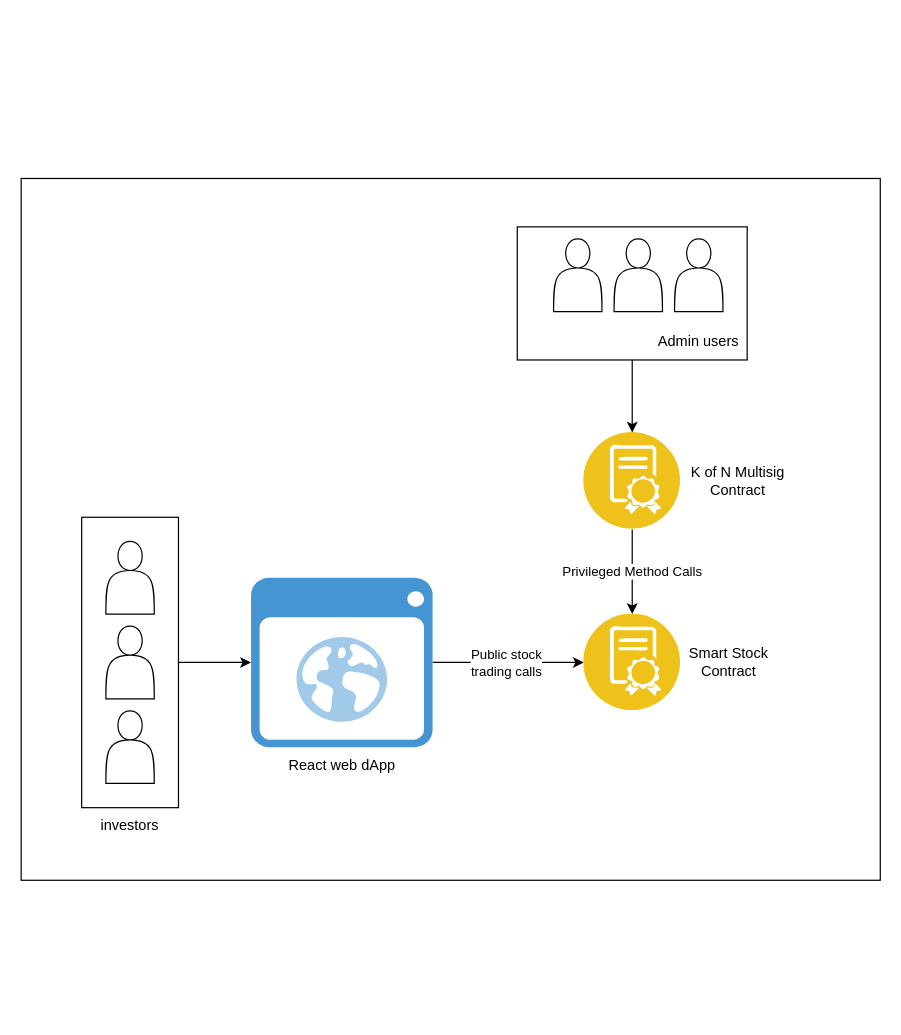
Before: diagrams/HighLevelArchitecture.drawio in amaharana/near-smart-stock-contract, a draw.io diagram. Source tidied: cells renumbered, new cells numbered last; positions are measured from the earlier drawing's top-left corner, leaving out a move shared by most shapes. Both pictures are drawn from the tidied source at 121%, with x=0, y=0 at pixel (21, 178). Pictures stored in the file or linked from it are replaced by grey dashed boxes.
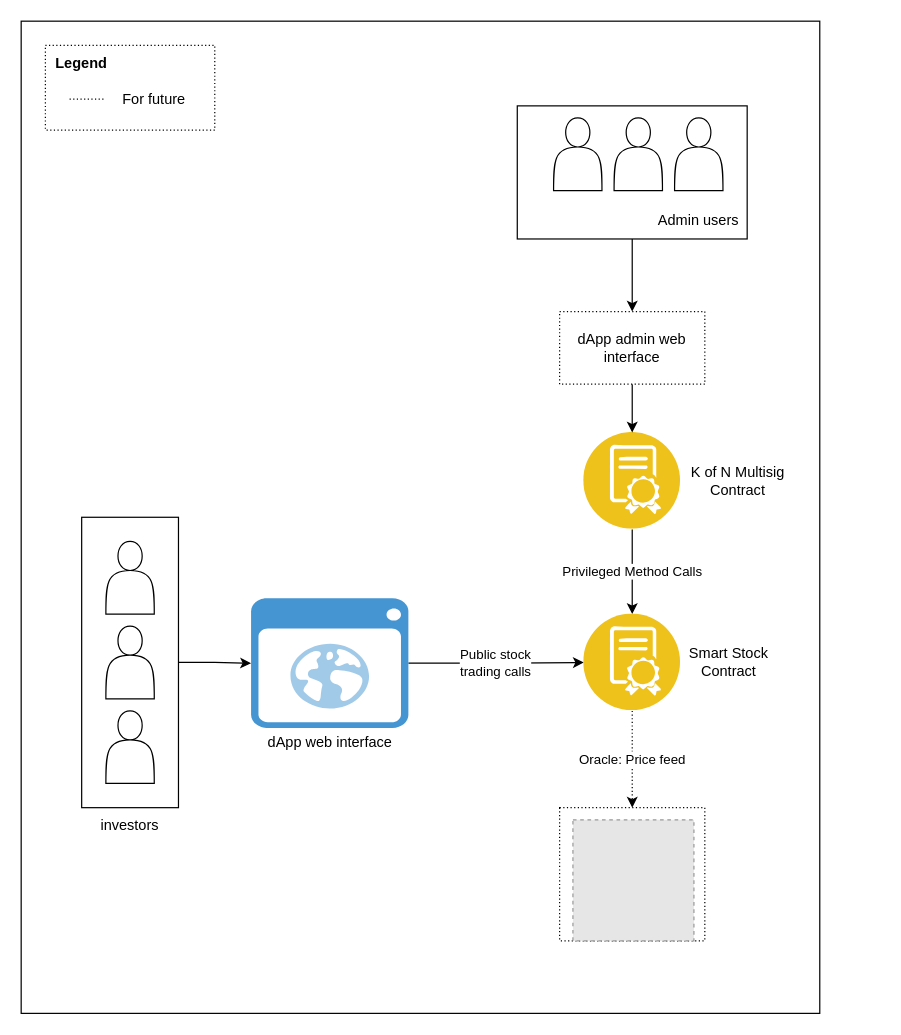
Above is the later version.

The change refers to these unchanged cells:
```xml
<mxCell id="7" style="rounded=0;whiteSpace=wrap;html=1;" parent="6" vertex="1">
  <mxGeometry width="190" height="110" as="geometry" />
</mxCell>
<mxCell id="14" style="perimeter=ellipsePerimeter;html=1;align=center;shadow=0;dashed=0;fontColor=#4277BB;labelBackgroundColor=#ffffff;fontSize=12;spacingTop=3;image;image=img/lib/ibm/blockchain/smart_contract.svg;" parent="13" vertex="1">
  <mxGeometry width="80" height="80" as="geometry" />
</mxCell>
<mxCell id="17" style="perimeter=ellipsePerimeter;html=1;align=center;shadow=0;dashed=0;fontColor=#4277BB;labelBackgroundColor=#ffffff;fontSize=12;spacingTop=3;image;image=img/lib/ibm/blockchain/smart_contract.svg;" parent="16" vertex="1">
  <mxGeometry width="80" height="80" as="geometry" />
</mxCell>
```

Diff of the diagram source:
```diff
@@
     <mxCell id="2" style="rounded=0;whiteSpace=wrap;html=1;" parent="1" vertex="1">
-      <mxGeometry width="710" height="580" as="geometry" />
+      <mxGeometry y="-130" width="660" height="820" as="geometry" />
     </mxCell>
@@
     <mxCell id="6" style="group;" parent="1" vertex="1">
-      <mxGeometry x="410" y="40" width="190" height="110" as="geometry" />
+      <mxGeometry x="410" y="-60" width="190" height="110" as="geometry" />
     </mxCell>
@@
-    <mxCell id="12" style="edgeStyle=orthogonalEdgeStyle;rounded=0;jettySize=auto;html=1;exitX=0.5;exitY=1;exitDx=0;exitDy=0;entryX=0.5;entryY=0;entryDx=0;entryDy=0;" parent="1" edge="1" source="7" target="14">
-      <mxGeometry relative="1" as="geometry" />
-    </mxCell>
@@
     <mxCell id="26" style="group;" parent="1" vertex="1">
-      <mxGeometry x="190" y="330" width="150" height="170" as="geometry" />
+      <mxGeometry x="190" y="347" width="130" height="130" as="geometry" />
     </mxCell>
     <mxCell id="27" style="shadow=0;dashed=0;html=1;strokeColor=none;fillColor=#4495D1;labelPosition=center;verticalLabelPosition=bottom;verticalAlign=top;align=center;outlineConnect=0;shape=mxgraph.veeam.2d.web_ui;" parent="26" vertex="1">
-      <mxGeometry width="150" height="140" as="geometry" />
+      <mxGeometry width="130" height="107.1" as="geometry" />
     </mxCell>
-    <mxCell id="28" value="React web dApp" style="text;html=1;strokeColor=none;fillColor=none;align=center;verticalAlign=middle;whiteSpace=wrap;rounded=0;" parent="26" vertex="1">
-      <mxGeometry x="22.5" y="140" width="105" height="30" as="geometry" />
+    <mxCell id="28" value="dApp web interface" style="text;html=1;strokeColor=none;fillColor=none;align=center;verticalAlign=middle;whiteSpace=wrap;rounded=0;" parent="26" vertex="1">
+      <mxGeometry x="9.8" y="107.1" width="110.5" height="22.9" as="geometry" />
     </mxCell>
+    <mxCell id="29" style="edgeStyle=orthogonalEdgeStyle;rounded=0;jettySize=auto;html=1;exitX=0.5;exitY=1;exitDx=0;exitDy=0;entryX=0.5;entryY=0;entryDx=0;entryDy=0;" parent="1" edge="1" source="7" target="31">
+      <mxGeometry relative="1" as="geometry" />
+    </mxCell>
+    <mxCell id="30" style="edgeStyle=orthogonalEdgeStyle;rounded=0;jettySize=auto;html=1;exitX=0.5;exitY=1;exitDx=0;exitDy=0;entryX=0.5;entryY=0;entryDx=0;entryDy=0;" parent="1" edge="1" source="31" target="14">
+      <mxGeometry relative="1" as="geometry" />
+    </mxCell>
+    <mxCell id="31" value="dApp admin web interface" style="rounded=0;whiteSpace=wrap;html=1;dashed=1;dashPattern=1 2;" parent="1" vertex="1">
+      <mxGeometry x="445" y="110" width="120" height="60" as="geometry" />
+    </mxCell>
+    <mxCell id="32" style="rounded=0;whiteSpace=wrap;html=1;dashed=1;dashPattern=1 2;" parent="1" vertex="1">
+      <mxGeometry x="445" y="520" width="120" height="110" as="geometry" />
+    </mxCell>
+    <mxCell id="33" style="fillColor=#E6E6E6;strokeColor=#999999;dashed=1;verticalLabelPosition=bottom;labelBackgroundColor=default;verticalAlign=top;" parent="1" vertex="1">
+      <mxGeometry x="456" y="530" width="100" height="100" as="geometry" />
+    </mxCell>
+    <mxCell id="34" value="Oracle: Price feed" style="edgeStyle=orthogonalEdgeStyle;rounded=0;jettySize=auto;html=1;exitX=0.5;exitY=1;exitDx=0;exitDy=0;dashed=1;dashPattern=1 2;entryX=0.5;entryY=0;entryDx=0;entryDy=0;" parent="1" edge="1" source="17" target="32">
+      <mxGeometry relative="1" as="geometry" />
+    </mxCell>
+    <mxCell id="35" style="group;" parent="1" vertex="1">
+      <mxGeometry x="20" y="-110" width="140" height="70" as="geometry" />
+    </mxCell>
+    <mxCell id="36" style="rounded=0;whiteSpace=wrap;html=1;dashed=1;dashPattern=1 2;" parent="35" vertex="1">
+      <mxGeometry width="140" height="70" as="geometry" />
+    </mxCell>
+    <mxCell id="37" value="Legend" style="text;html=1;strokeColor=none;fillColor=none;align=center;verticalAlign=middle;whiteSpace=wrap;rounded=0;dashed=1;dashPattern=1 2;fontStyle=1;" parent="35" vertex="1">
+      <mxGeometry width="60" height="30" as="geometry" />
+    </mxCell>
+    <mxCell id="38" style="endArrow=none;dashed=1;html=1;rounded=0;dashPattern=1 2;" parent="35" edge="1">
+      <mxGeometry relative="1" as="geometry">
+        <mxPoint x="20" y="44.4" as="sourcePoint" />
+        <mxPoint x="50" y="44.4" as="targetPoint" />
+      </mxGeometry>
+    </mxCell>
+    <mxCell id="39" value="For future" style="text;html=1;strokeColor=none;fillColor=none;align=center;verticalAlign=middle;whiteSpace=wrap;rounded=0;dashed=1;dashPattern=1 2;" parent="35" vertex="1">
+      <mxGeometry x="60" y="30" width="60" height="30" as="geometry" />
+    </mxCell>
```
